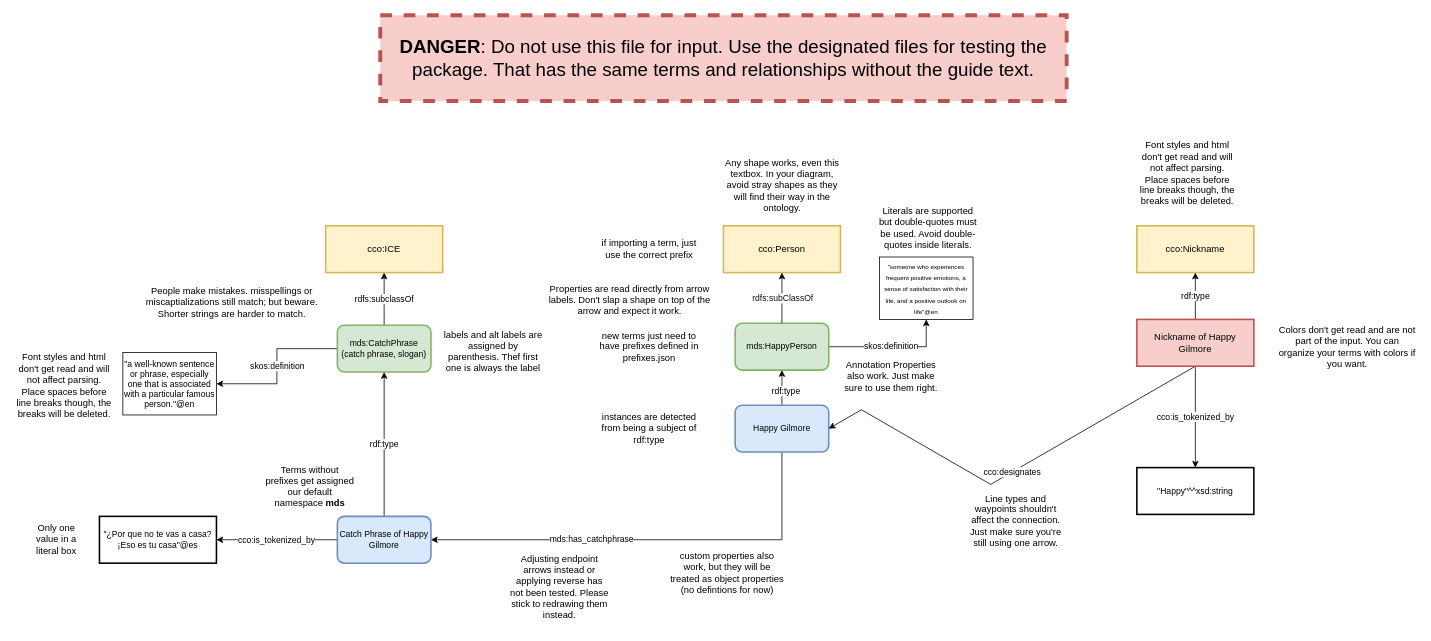
Gabbyton/CEMENTO keeps this draw.io diagram as figures/do-not-input-this-happy-example-explainer.drawio. Above is the earlier version. Source tidied: cells renumbered, new cells numbered last; positions are measured from the earlier drawing's top-left corner, leaving out a move shared by most shapes. Both pictures are drawn from the tidied source at 78%, with x=0, y=0 at pixel (13, 15).
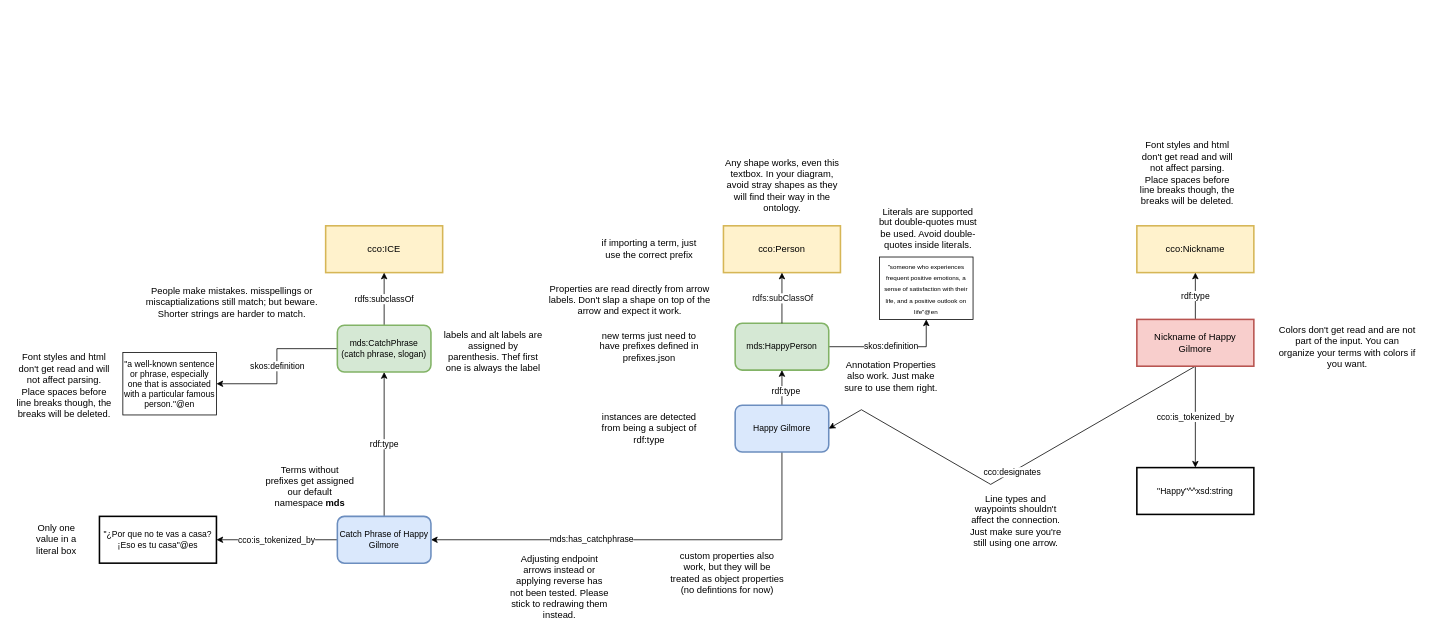
Above is the later version.

What changed in the source:
```diff
@@
-    <mxCell id="22" value="&lt;b&gt;DANGER&lt;/b&gt;: Do not use this file for input. Use the designated files for testing the package. That has the same terms and relationships without the guide text." style="rounded=0;whiteSpace=wrap;html=1;fillColor=#f8cecc;strokeColor=#b85450;fontSize=24;dashed=1;strokeWidth=5;" parent="1" vertex="1">
-      <mxGeometry x="470" width="880" height="110" as="geometry" />
-    </mxCell>
```
